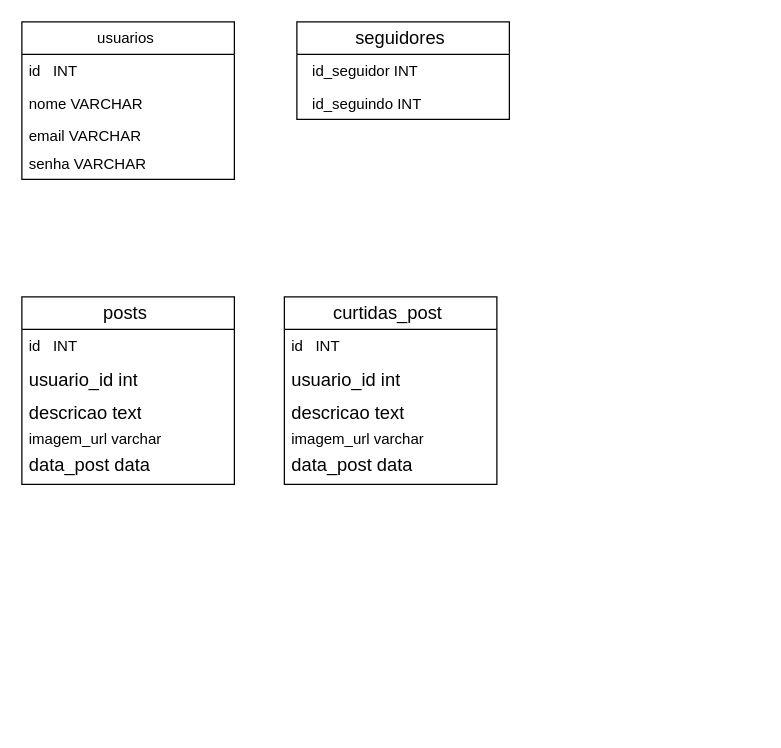
Above: instagram .drawio in gabrimota/Diagramas (draw.io), before the change. Source tidied: cells renumbered, new cells numbered last; positions are measured from the earlier drawing's top-left corner, leaving out a move shared by most shapes. Both pictures are drawn from the tidied source at 125%, with x=0, y=0 at pixel (21, 21).
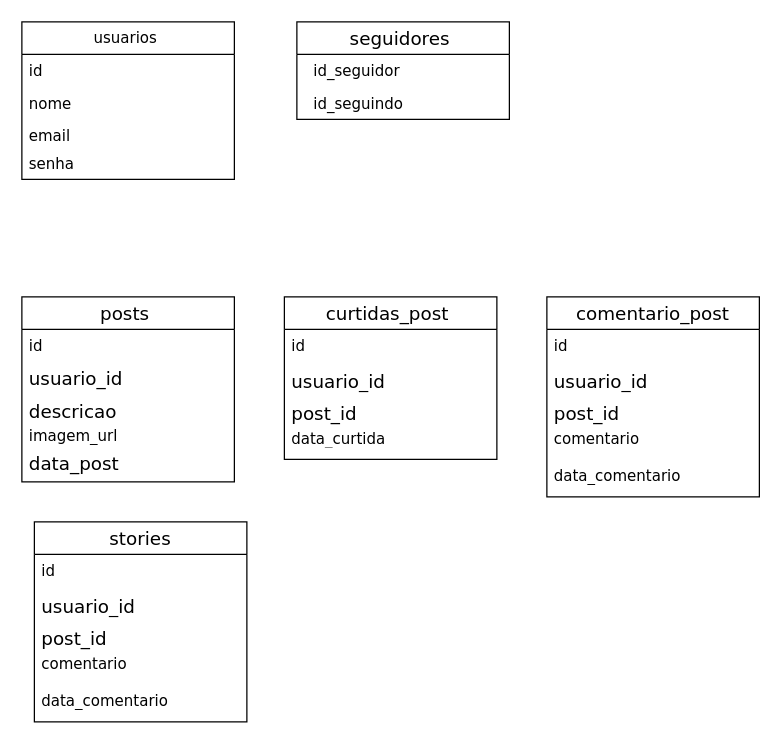
The same page after the edit.

Change to the diagram source:
```diff
@@
-    <mxCell id="2" value="usuarios&amp;nbsp;" style="swimlane;fontStyle=0;horizontal=1;startSize=26;fillColor=none;whiteSpace=wrap;html=1;" parent="1" vertex="1">
+    <mxCell id="2" value="usuarios&amp;nbsp;" style="swimlane;fontStyle=0;horizontal=1;startSize=26;fillColor=none;whiteSpace=wrap;html=1;fontFamily=Verdana;" parent="1" vertex="1">
       <mxGeometry width="170" height="126" as="geometry" />
     </mxCell>
-    <mxCell id="3" value="id&amp;nbsp; &amp;nbsp;INT&amp;nbsp;" style="text;strokeColor=none;fillColor=none;align=left;verticalAlign=top;spacingLeft=4;spacingRight=4;overflow=hidden;whiteSpace=wrap;html=1;" parent="2" vertex="1">
+    <mxCell id="3" value="id&amp;nbsp; &amp;nbsp;&amp;nbsp;" style="text;strokeColor=none;fillColor=none;align=left;verticalAlign=top;spacingLeft=4;spacingRight=4;overflow=hidden;whiteSpace=wrap;html=1;fontFamily=Verdana;" parent="2" vertex="1">
       <mxGeometry y="26" width="170" height="26" as="geometry" />
     </mxCell>
-    <mxCell id="4" value="nome VARCHAR" style="text;strokeColor=none;fillColor=none;align=left;verticalAlign=top;spacingLeft=4;spacingRight=4;overflow=hidden;whiteSpace=wrap;html=1;" parent="2" vertex="1">
+    <mxCell id="4" value="nome&amp;nbsp;" style="text;strokeColor=none;fillColor=none;align=left;verticalAlign=top;spacingLeft=4;spacingRight=4;overflow=hidden;whiteSpace=wrap;html=1;fontFamily=Verdana;" parent="2" vertex="1">
       <mxGeometry y="52" width="170" height="26" as="geometry" />
     </mxCell>
-    <mxCell id="5" value="email VARCHAR" style="text;strokeColor=none;fillColor=none;align=left;verticalAlign=top;spacingLeft=4;spacingRight=4;overflow=hidden;whiteSpace=wrap;html=1;" parent="2" vertex="1">
+    <mxCell id="5" value="email&amp;nbsp;" style="text;strokeColor=none;fillColor=none;align=left;verticalAlign=top;spacingLeft=4;spacingRight=4;overflow=hidden;whiteSpace=wrap;html=1;fontFamily=Verdana;" parent="2" vertex="1">
       <mxGeometry y="78" width="170" height="22" as="geometry" />
     </mxCell>
-    <mxCell id="6" value="senha VARCHAR" style="text;strokeColor=none;fillColor=none;align=left;verticalAlign=top;spacingLeft=4;spacingRight=4;overflow=hidden;whiteSpace=wrap;html=1;" parent="2" vertex="1">
+    <mxCell id="6" value="senha&amp;nbsp;" style="text;strokeColor=none;fillColor=none;align=left;verticalAlign=top;spacingLeft=4;spacingRight=4;overflow=hidden;whiteSpace=wrap;html=1;fontFamily=Verdana;" parent="2" vertex="1">
       <mxGeometry y="100" width="170" height="26" as="geometry" />
     </mxCell>
-    <mxCell id="7" value="&lt;span id=&quot;docs-internal-guid-b785d1c1-7fff-65c7-04ec-d4af3d5e29a7&quot;&gt;&lt;span style=&quot;font-size: 11pt; font-family: Arial, sans-serif; color: rgb(0, 0, 0); background-color: transparent; font-variant-numeric: normal; font-variant-east-asian: normal; font-variant-alternates: normal; font-variant-position: normal; font-variant-emoji: normal; vertical-align: baseline; white-space-collapse: preserve;&quot;&gt;seguidores &lt;/span&gt;&lt;/span&gt;" style="swimlane;fontStyle=0;horizontal=1;startSize=26;fillColor=none;whiteSpace=wrap;html=1;" parent="1" vertex="1">
+    <mxCell id="7" value="&lt;span id=&quot;docs-internal-guid-b785d1c1-7fff-65c7-04ec-d4af3d5e29a7&quot;&gt;&lt;span style=&quot;font-size: 11pt; color: rgb(0, 0, 0); background-color: transparent; font-variant-numeric: normal; font-variant-east-asian: normal; font-variant-alternates: normal; font-variant-position: normal; font-variant-emoji: normal; vertical-align: baseline; white-space-collapse: preserve;&quot;&gt;seguidores &lt;/span&gt;&lt;/span&gt;" style="swimlane;fontStyle=0;horizontal=1;startSize=26;fillColor=none;whiteSpace=wrap;html=1;fontFamily=Verdana;" parent="1" vertex="1">
       <mxGeometry x="220" width="170" height="78" as="geometry" />
     </mxCell>
-    <mxCell id="8" value="&lt;div&gt;&amp;nbsp; id_seguidor INT&lt;/div&gt;&lt;div&gt;&lt;br&gt;&lt;/div&gt;" style="text;strokeColor=none;fillColor=none;align=left;verticalAlign=top;spacingLeft=4;spacingRight=4;overflow=hidden;whiteSpace=wrap;html=1;" parent="7" vertex="1">
+    <mxCell id="8" value="&lt;div&gt;&amp;nbsp; id_seguidor&amp;nbsp;&lt;/div&gt;&lt;div&gt;&lt;br&gt;&lt;/div&gt;" style="text;strokeColor=none;fillColor=none;align=left;verticalAlign=top;spacingLeft=4;spacingRight=4;overflow=hidden;whiteSpace=wrap;html=1;fontFamily=Verdana;" parent="7" vertex="1">
       <mxGeometry y="26" width="170" height="26" as="geometry" />
     </mxCell>
-    <mxCell id="9" value="&lt;div&gt;&amp;nbsp; id_seguindo INT&lt;/div&gt;&lt;div&gt;&lt;br&gt;&lt;/div&gt;" style="text;strokeColor=none;fillColor=none;align=left;verticalAlign=top;spacingLeft=4;spacingRight=4;overflow=hidden;whiteSpace=wrap;html=1;" parent="7" vertex="1">
+    <mxCell id="9" value="&lt;div&gt;&amp;nbsp; id_seguindo&amp;nbsp;&lt;/div&gt;&lt;div&gt;&lt;br&gt;&lt;/div&gt;" style="text;strokeColor=none;fillColor=none;align=left;verticalAlign=top;spacingLeft=4;spacingRight=4;overflow=hidden;whiteSpace=wrap;html=1;fontFamily=Verdana;" parent="7" vertex="1">
       <mxGeometry y="52" width="170" height="26" as="geometry" />
     </mxCell>
-    <mxCell id="10" value="&lt;span id=&quot;docs-internal-guid-b637a96a-7fff-86a3-83ad-5937b34f5723&quot;&gt;&lt;span style=&quot;font-size: 11pt; font-family: Arial, sans-serif; color: rgb(0, 0, 0); background-color: transparent; font-variant-numeric: normal; font-variant-east-asian: normal; font-variant-alternates: normal; font-variant-position: normal; font-variant-emoji: normal; vertical-align: baseline; white-space-collapse: preserve;&quot;&gt;posts &lt;/span&gt;&lt;/span&gt;" style="swimlane;fontStyle=0;horizontal=1;startSize=26;fillColor=none;whiteSpace=wrap;html=1;" parent="1" vertex="1">
-      <mxGeometry y="220" width="170" height="150" as="geometry" />
+    <mxCell id="10" value="&lt;span id=&quot;docs-internal-guid-b637a96a-7fff-86a3-83ad-5937b34f5723&quot;&gt;&lt;span style=&quot;font-size: 11pt; color: rgb(0, 0, 0); background-color: transparent; font-variant-numeric: normal; font-variant-east-asian: normal; font-variant-alternates: normal; font-variant-position: normal; font-variant-emoji: normal; vertical-align: baseline; white-space-collapse: preserve;&quot;&gt;posts &lt;/span&gt;&lt;/span&gt;" style="swimlane;fontStyle=0;horizontal=1;startSize=26;fillColor=none;whiteSpace=wrap;html=1;fontFamily=Verdana;" parent="1" vertex="1">
+      <mxGeometry y="220" width="170" height="148" as="geometry" />
     </mxCell>
-    <mxCell id="11" value="id&amp;nbsp; &amp;nbsp;INT&amp;nbsp;" style="text;strokeColor=none;fillColor=none;align=left;verticalAlign=top;spacingLeft=4;spacingRight=4;overflow=hidden;whiteSpace=wrap;html=1;" parent="10" vertex="1">
-      <mxGeometry y="26" width="170" height="26" as="geometry" />
+    <mxCell id="11" value="id&amp;nbsp;&amp;nbsp;" style="text;strokeColor=none;fillColor=none;align=left;verticalAlign=top;spacingLeft=4;spacingRight=4;overflow=hidden;whiteSpace=wrap;html=1;fontFamily=Verdana;" parent="10" vertex="1">
+      <mxGeometry y="26" width="170" height="24" as="geometry" />
     </mxCell>
-    <mxCell id="12" value="&lt;span id=&quot;docs-internal-guid-b994578e-7fff-46da-24de-aa7fc4ab6b1c&quot;&gt;&lt;span style=&quot;font-size: 11pt; font-family: Arial, sans-serif; color: rgb(0, 0, 0); background-color: transparent; font-variant-numeric: normal; font-variant-east-asian: normal; font-variant-alternates: normal; font-variant-position: normal; font-variant-emoji: normal; vertical-align: baseline; white-space-collapse: preserve;&quot;&gt;usuario_id int&lt;/span&gt;&lt;/span&gt;" style="text;strokeColor=none;fillColor=none;align=left;verticalAlign=top;spacingLeft=4;spacingRight=4;overflow=hidden;whiteSpace=wrap;html=1;" parent="10" vertex="1">
-      <mxGeometry y="52" width="170" height="26" as="geometry" />
+    <mxCell id="12" value="&lt;span id=&quot;docs-internal-guid-b994578e-7fff-46da-24de-aa7fc4ab6b1c&quot;&gt;&lt;span style=&quot;font-size: 11pt; color: rgb(0, 0, 0); background-color: transparent; font-variant-numeric: normal; font-variant-east-asian: normal; font-variant-alternates: normal; font-variant-position: normal; font-variant-emoji: normal; vertical-align: baseline; white-space-collapse: preserve;&quot;&gt;usuario_id &lt;/span&gt;&lt;/span&gt;" style="text;strokeColor=none;fillColor=none;align=left;verticalAlign=top;spacingLeft=4;spacingRight=4;overflow=hidden;whiteSpace=wrap;html=1;fontFamily=Verdana;" parent="10" vertex="1">
+      <mxGeometry y="50" width="170" height="26" as="geometry" />
     </mxCell>
-    <mxCell id="13" value="&lt;span id=&quot;docs-internal-guid-8b86d98f-7fff-773e-81e2-166032f2e981&quot;&gt;&lt;span style=&quot;font-size: 11pt; font-family: Arial, sans-serif; color: rgb(0, 0, 0); background-color: transparent; font-variant-numeric: normal; font-variant-east-asian: normal; font-variant-alternates: normal; font-variant-position: normal; font-variant-emoji: normal; vertical-align: baseline; white-space-collapse: preserve;&quot;&gt;descricao text&lt;/span&gt;&lt;/span&gt;" style="text;strokeColor=none;fillColor=none;align=left;verticalAlign=top;spacingLeft=4;spacingRight=4;overflow=hidden;whiteSpace=wrap;html=1;" parent="10" vertex="1">
-      <mxGeometry y="78" width="170" height="22" as="geometry" />
+    <mxCell id="13" value="&lt;span id=&quot;docs-internal-guid-8b86d98f-7fff-773e-81e2-166032f2e981&quot;&gt;&lt;span style=&quot;font-size: 11pt; color: rgb(0, 0, 0); background-color: transparent; font-variant-numeric: normal; font-variant-east-asian: normal; font-variant-alternates: normal; font-variant-position: normal; font-variant-emoji: normal; vertical-align: baseline; white-space-collapse: preserve;&quot;&gt;descricao &lt;/span&gt;&lt;/span&gt;" style="text;strokeColor=none;fillColor=none;align=left;verticalAlign=top;spacingLeft=4;spacingRight=4;overflow=hidden;whiteSpace=wrap;html=1;fontFamily=Verdana;" parent="10" vertex="1">
+      <mxGeometry y="76" width="170" height="22" as="geometry" />
     </mxCell>
-    <mxCell id="14" value="imagem_url varchar" style="text;strokeColor=none;fillColor=none;align=left;verticalAlign=top;spacingLeft=4;spacingRight=4;overflow=hidden;whiteSpace=wrap;html=1;" parent="10" vertex="1">
-      <mxGeometry y="100" width="170" height="20" as="geometry" />
+    <mxCell id="14" value="imagem_url&amp;nbsp;" style="text;strokeColor=none;fillColor=none;align=left;verticalAlign=top;spacingLeft=4;spacingRight=4;overflow=hidden;whiteSpace=wrap;html=1;fontFamily=Verdana;" parent="10" vertex="1">
+      <mxGeometry y="98" width="170" height="20" as="geometry" />
     </mxCell>
-    <mxCell id="15" value="&lt;span id=&quot;docs-internal-guid-64afa6a9-7fff-0db7-e2cf-44706ea9bf8e&quot;&gt;&lt;span style=&quot;font-size: 11pt; font-family: Arial, sans-serif; color: rgb(0, 0, 0); background-color: transparent; font-variant-numeric: normal; font-variant-east-asian: normal; font-variant-alternates: normal; font-variant-position: normal; font-variant-emoji: normal; vertical-align: baseline; white-space-collapse: preserve;&quot;&gt;data_post data&lt;/span&gt;&lt;/span&gt;" style="text;strokeColor=none;fillColor=none;align=left;verticalAlign=top;spacingLeft=4;spacingRight=4;overflow=hidden;whiteSpace=wrap;html=1;" parent="10" vertex="1">
-      <mxGeometry y="120" width="170" height="30" as="geometry" />
+    <mxCell id="15" value="&lt;span id=&quot;docs-internal-guid-64afa6a9-7fff-0db7-e2cf-44706ea9bf8e&quot;&gt;&lt;span style=&quot;font-size: 11pt; color: rgb(0, 0, 0); background-color: transparent; font-variant-numeric: normal; font-variant-east-asian: normal; font-variant-alternates: normal; font-variant-position: normal; font-variant-emoji: normal; vertical-align: baseline; white-space-collapse: preserve;&quot;&gt;data_post &lt;/span&gt;&lt;/span&gt;" style="text;strokeColor=none;fillColor=none;align=left;verticalAlign=top;spacingLeft=4;spacingRight=4;overflow=hidden;whiteSpace=wrap;html=1;fontFamily=Verdana;" parent="10" vertex="1">
+      <mxGeometry y="118" width="170" height="30" as="geometry" />
     </mxCell>
-    <mxCell id="16" value="&lt;span id=&quot;docs-internal-guid-b637a96a-7fff-86a3-83ad-5937b34f5723&quot;&gt;&lt;span style=&quot;font-size: 11pt; font-family: Arial, sans-serif; color: rgb(0, 0, 0); background-color: transparent; font-variant-numeric: normal; font-variant-east-asian: normal; font-variant-alternates: normal; font-variant-position: normal; font-variant-emoji: normal; vertical-align: baseline; white-space-collapse: preserve;&quot;&gt;curtidas_post &lt;/span&gt;&lt;/span&gt;" style="swimlane;fontStyle=0;horizontal=1;startSize=26;fillColor=none;whiteSpace=wrap;html=1;" parent="1" vertex="1">
-      <mxGeometry x="210" y="220" width="170" height="150" as="geometry" />
+    <mxCell id="16" value="&lt;span id=&quot;docs-internal-guid-b637a96a-7fff-86a3-83ad-5937b34f5723&quot;&gt;&lt;span style=&quot;font-size: 11pt; color: rgb(0, 0, 0); background-color: transparent; font-variant-numeric: normal; font-variant-east-asian: normal; font-variant-alternates: normal; font-variant-position: normal; font-variant-emoji: normal; vertical-align: baseline; white-space-collapse: preserve;&quot;&gt;curtidas_post &lt;/span&gt;&lt;/span&gt;" style="swimlane;fontStyle=0;horizontal=1;startSize=26;fillColor=none;whiteSpace=wrap;html=1;fontFamily=Verdana;" parent="1" vertex="1">
+      <mxGeometry x="210" y="220" width="170" height="130" as="geometry" />
     </mxCell>
-    <mxCell id="17" value="id&amp;nbsp; &amp;nbsp;INT&amp;nbsp;" style="text;strokeColor=none;fillColor=none;align=left;verticalAlign=top;spacingLeft=4;spacingRight=4;overflow=hidden;whiteSpace=wrap;html=1;" parent="16" vertex="1">
+    <mxCell id="17" value="id&amp;nbsp; &amp;nbsp;&amp;nbsp;" style="text;strokeColor=none;fillColor=none;align=left;verticalAlign=top;spacingLeft=4;spacingRight=4;overflow=hidden;whiteSpace=wrap;html=1;fontFamily=Verdana;" parent="16" vertex="1">
       <mxGeometry y="26" width="170" height="26" as="geometry" />
     </mxCell>
-    <mxCell id="18" value="&lt;span id=&quot;docs-internal-guid-b994578e-7fff-46da-24de-aa7fc4ab6b1c&quot;&gt;&lt;span style=&quot;font-size: 11pt; font-family: Arial, sans-serif; color: rgb(0, 0, 0); background-color: transparent; font-variant-numeric: normal; font-variant-east-asian: normal; font-variant-alternates: normal; font-variant-position: normal; font-variant-emoji: normal; vertical-align: baseline; white-space-collapse: preserve;&quot;&gt;usuario_id int&lt;/span&gt;&lt;/span&gt;" style="text;strokeColor=none;fillColor=none;align=left;verticalAlign=top;spacingLeft=4;spacingRight=4;overflow=hidden;whiteSpace=wrap;html=1;" parent="16" vertex="1">
+    <mxCell id="18" value="&lt;span id=&quot;docs-internal-guid-b994578e-7fff-46da-24de-aa7fc4ab6b1c&quot;&gt;&lt;span style=&quot;font-size: 11pt; color: rgb(0, 0, 0); background-color: transparent; font-variant-numeric: normal; font-variant-east-asian: normal; font-variant-alternates: normal; font-variant-position: normal; font-variant-emoji: normal; vertical-align: baseline; white-space-collapse: preserve;&quot;&gt;usuario_id &lt;/span&gt;&lt;/span&gt;" style="text;strokeColor=none;fillColor=none;align=left;verticalAlign=top;spacingLeft=4;spacingRight=4;overflow=hidden;whiteSpace=wrap;html=1;fontFamily=Verdana;" parent="16" vertex="1">
       <mxGeometry y="52" width="170" height="26" as="geometry" />
     </mxCell>
-    <mxCell id="19" value="&lt;span id=&quot;docs-internal-guid-8b86d98f-7fff-773e-81e2-166032f2e981&quot;&gt;&lt;span style=&quot;font-size: 11pt; font-family: Arial, sans-serif; color: rgb(0, 0, 0); background-color: transparent; font-variant-numeric: normal; font-variant-east-asian: normal; font-variant-alternates: normal; font-variant-position: normal; font-variant-emoji: normal; vertical-align: baseline; white-space-collapse: preserve;&quot;&gt;descricao text&lt;/span&gt;&lt;/span&gt;" style="text;strokeColor=none;fillColor=none;align=left;verticalAlign=top;spacingLeft=4;spacingRight=4;overflow=hidden;whiteSpace=wrap;html=1;" parent="16" vertex="1">
+    <mxCell id="19" value="&lt;span id=&quot;docs-internal-guid-8b86d98f-7fff-773e-81e2-166032f2e981&quot;&gt;&lt;span style=&quot;font-size: 11pt; color: rgb(0, 0, 0); background-color: transparent; font-variant-numeric: normal; font-variant-east-asian: normal; font-variant-alternates: normal; font-variant-position: normal; font-variant-emoji: normal; vertical-align: baseline; white-space-collapse: preserve;&quot;&gt;post_id&lt;/span&gt;&lt;/span&gt;" style="text;strokeColor=none;fillColor=none;align=left;verticalAlign=top;spacingLeft=4;spacingRight=4;overflow=hidden;whiteSpace=wrap;html=1;fontFamily=Verdana;" parent="16" vertex="1">
       <mxGeometry y="78" width="170" height="22" as="geometry" />
     </mxCell>
-    <mxCell id="20" value="imagem_url varchar" style="text;strokeColor=none;fillColor=none;align=left;verticalAlign=top;spacingLeft=4;spacingRight=4;overflow=hidden;whiteSpace=wrap;html=1;" parent="16" vertex="1">
-      <mxGeometry y="100" width="170" height="20" as="geometry" />
+    <mxCell id="20" value="data_curtida" style="text;strokeColor=none;fillColor=none;align=left;verticalAlign=top;spacingLeft=4;spacingRight=4;overflow=hidden;whiteSpace=wrap;html=1;fontFamily=Verdana;" parent="16" vertex="1">
+      <mxGeometry y="100" width="170" height="30" as="geometry" />
     </mxCell>
-    <mxCell id="21" value="&lt;span id=&quot;docs-internal-guid-64afa6a9-7fff-0db7-e2cf-44706ea9bf8e&quot;&gt;&lt;span style=&quot;font-size: 11pt; font-family: Arial, sans-serif; color: rgb(0, 0, 0); background-color: transparent; font-variant-numeric: normal; font-variant-east-asian: normal; font-variant-alternates: normal; font-variant-position: normal; font-variant-emoji: normal; vertical-align: baseline; white-space-collapse: preserve;&quot;&gt;data_post data&lt;/span&gt;&lt;/span&gt;" style="text;strokeColor=none;fillColor=none;align=left;verticalAlign=top;spacingLeft=4;spacingRight=4;overflow=hidden;whiteSpace=wrap;html=1;" parent="16" vertex="1">
-      <mxGeometry y="120" width="170" height="30" as="geometry" />
-    </mxCell>
+    <mxCell id="22" value="&lt;span id=&quot;docs-internal-guid-b637a96a-7fff-86a3-83ad-5937b34f5723&quot;&gt;&lt;span style=&quot;font-size: 11pt; color: rgb(0, 0, 0); background-color: transparent; font-variant-numeric: normal; font-variant-east-asian: normal; font-variant-alternates: normal; font-variant-position: normal; font-variant-emoji: normal; vertical-align: baseline; white-space-collapse: preserve;&quot;&gt;comentario_post&lt;/span&gt;&lt;/span&gt;" style="swimlane;fontStyle=0;horizontal=1;startSize=26;fillColor=none;whiteSpace=wrap;html=1;fontFamily=Verdana;" parent="1" vertex="1">
+      <mxGeometry x="420" y="220" width="170" height="160" as="geometry" />
+    </mxCell>
+    <mxCell id="23" value="id&amp;nbsp; &amp;nbsp;&amp;nbsp;" style="text;strokeColor=none;fillColor=none;align=left;verticalAlign=top;spacingLeft=4;spacingRight=4;overflow=hidden;whiteSpace=wrap;html=1;fontFamily=Verdana;" parent="22" vertex="1">
+      <mxGeometry y="26" width="170" height="26" as="geometry" />
+    </mxCell>
+    <mxCell id="24" value="&lt;span id=&quot;docs-internal-guid-b994578e-7fff-46da-24de-aa7fc4ab6b1c&quot;&gt;&lt;span style=&quot;font-size: 11pt; color: rgb(0, 0, 0); background-color: transparent; font-variant-numeric: normal; font-variant-east-asian: normal; font-variant-alternates: normal; font-variant-position: normal; font-variant-emoji: normal; vertical-align: baseline; white-space-collapse: preserve;&quot;&gt;usuario_id &lt;/span&gt;&lt;/span&gt;" style="text;strokeColor=none;fillColor=none;align=left;verticalAlign=top;spacingLeft=4;spacingRight=4;overflow=hidden;whiteSpace=wrap;html=1;fontFamily=Verdana;" parent="22" vertex="1">
+      <mxGeometry y="52" width="170" height="26" as="geometry" />
+    </mxCell>
+    <mxCell id="25" value="&lt;span id=&quot;docs-internal-guid-8b86d98f-7fff-773e-81e2-166032f2e981&quot;&gt;&lt;span style=&quot;font-size: 11pt; color: rgb(0, 0, 0); background-color: transparent; font-variant-numeric: normal; font-variant-east-asian: normal; font-variant-alternates: normal; font-variant-position: normal; font-variant-emoji: normal; vertical-align: baseline; white-space-collapse: preserve;&quot;&gt;post_id&lt;/span&gt;&lt;/span&gt;" style="text;strokeColor=none;fillColor=none;align=left;verticalAlign=top;spacingLeft=4;spacingRight=4;overflow=hidden;whiteSpace=wrap;html=1;fontFamily=Verdana;" parent="22" vertex="1">
+      <mxGeometry y="78" width="170" height="22" as="geometry" />
+    </mxCell>
+    <mxCell id="26" value="comentario" style="text;strokeColor=none;fillColor=none;align=left;verticalAlign=top;spacingLeft=4;spacingRight=4;overflow=hidden;whiteSpace=wrap;html=1;fontFamily=Verdana;" parent="22" vertex="1">
+      <mxGeometry y="100" width="170" height="30" as="geometry" />
+    </mxCell>
+    <mxCell id="27" value="data_comentario" style="text;strokeColor=none;fillColor=none;align=left;verticalAlign=top;spacingLeft=4;spacingRight=4;overflow=hidden;whiteSpace=wrap;html=1;fontFamily=Verdana;" parent="22" vertex="1">
+      <mxGeometry y="130" width="170" height="30" as="geometry" />
+    </mxCell>
+    <mxCell id="28" value="&lt;span id=&quot;docs-internal-guid-b637a96a-7fff-86a3-83ad-5937b34f5723&quot;&gt;&lt;span style=&quot;font-size: 11pt; color: rgb(0, 0, 0); background-color: transparent; font-variant-numeric: normal; font-variant-east-asian: normal; font-variant-alternates: normal; font-variant-position: normal; font-variant-emoji: normal; vertical-align: baseline; white-space-collapse: preserve;&quot;&gt;stories&lt;/span&gt;&lt;/span&gt;" style="swimlane;fontStyle=0;horizontal=1;startSize=26;fillColor=none;whiteSpace=wrap;html=1;fontFamily=Verdana;" parent="1" vertex="1">
+      <mxGeometry x="10" y="400" width="170" height="160" as="geometry" />
+    </mxCell>
+    <mxCell id="29" value="id&amp;nbsp; &amp;nbsp;&amp;nbsp;" style="text;strokeColor=none;fillColor=none;align=left;verticalAlign=top;spacingLeft=4;spacingRight=4;overflow=hidden;whiteSpace=wrap;html=1;fontFamily=Verdana;" parent="28" vertex="1">
+      <mxGeometry y="26" width="170" height="26" as="geometry" />
+    </mxCell>
+    <mxCell id="30" value="&lt;span id=&quot;docs-internal-guid-b994578e-7fff-46da-24de-aa7fc4ab6b1c&quot;&gt;&lt;span style=&quot;font-size: 11pt; color: rgb(0, 0, 0); background-color: transparent; font-variant-numeric: normal; font-variant-east-asian: normal; font-variant-alternates: normal; font-variant-position: normal; font-variant-emoji: normal; vertical-align: baseline; white-space-collapse: preserve;&quot;&gt;usuario_id &lt;/span&gt;&lt;/span&gt;" style="text;strokeColor=none;fillColor=none;align=left;verticalAlign=top;spacingLeft=4;spacingRight=4;overflow=hidden;whiteSpace=wrap;html=1;fontFamily=Verdana;" parent="28" vertex="1">
+      <mxGeometry y="52" width="170" height="26" as="geometry" />
+    </mxCell>
+    <mxCell id="31" value="&lt;span id=&quot;docs-internal-guid-8b86d98f-7fff-773e-81e2-166032f2e981&quot;&gt;&lt;span style=&quot;font-size: 11pt; color: rgb(0, 0, 0); background-color: transparent; font-variant-numeric: normal; font-variant-east-asian: normal; font-variant-alternates: normal; font-variant-position: normal; font-variant-emoji: normal; vertical-align: baseline; white-space-collapse: preserve;&quot;&gt;post_id&lt;/span&gt;&lt;/span&gt;" style="text;strokeColor=none;fillColor=none;align=left;verticalAlign=top;spacingLeft=4;spacingRight=4;overflow=hidden;whiteSpace=wrap;html=1;fontFamily=Verdana;" parent="28" vertex="1">
+      <mxGeometry y="78" width="170" height="22" as="geometry" />
+    </mxCell>
+    <mxCell id="32" value="comentario" style="text;strokeColor=none;fillColor=none;align=left;verticalAlign=top;spacingLeft=4;spacingRight=4;overflow=hidden;whiteSpace=wrap;html=1;fontFamily=Verdana;" parent="28" vertex="1">
+      <mxGeometry y="100" width="170" height="30" as="geometry" />
+    </mxCell>
+    <mxCell id="33" value="data_comentario" style="text;strokeColor=none;fillColor=none;align=left;verticalAlign=top;spacingLeft=4;spacingRight=4;overflow=hidden;whiteSpace=wrap;html=1;fontFamily=Verdana;" parent="28" vertex="1">
+      <mxGeometry y="130" width="170" height="30" as="geometry" />
+    </mxCell>
```
